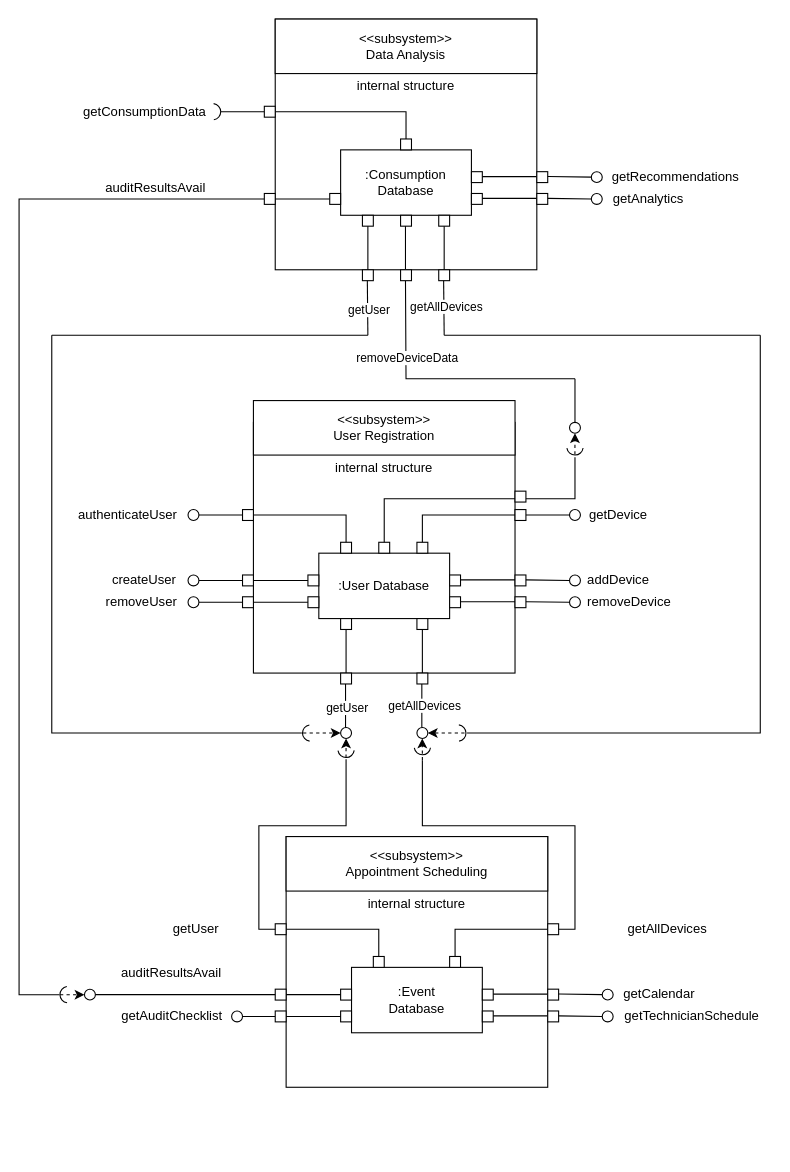
This is milestone-2/C&C_Diagram.drawio from uvic-teach/project-m1-team15, a draw.io file, before an edit. Source tidied: cells renumbered, new cells numbered last; positions are measured from the earlier drawing's top-left corner, leaving out a move shared by most shapes. Both pictures are drawn from the tidied source at 109%, with x=0, y=0 at pixel (19, 19).
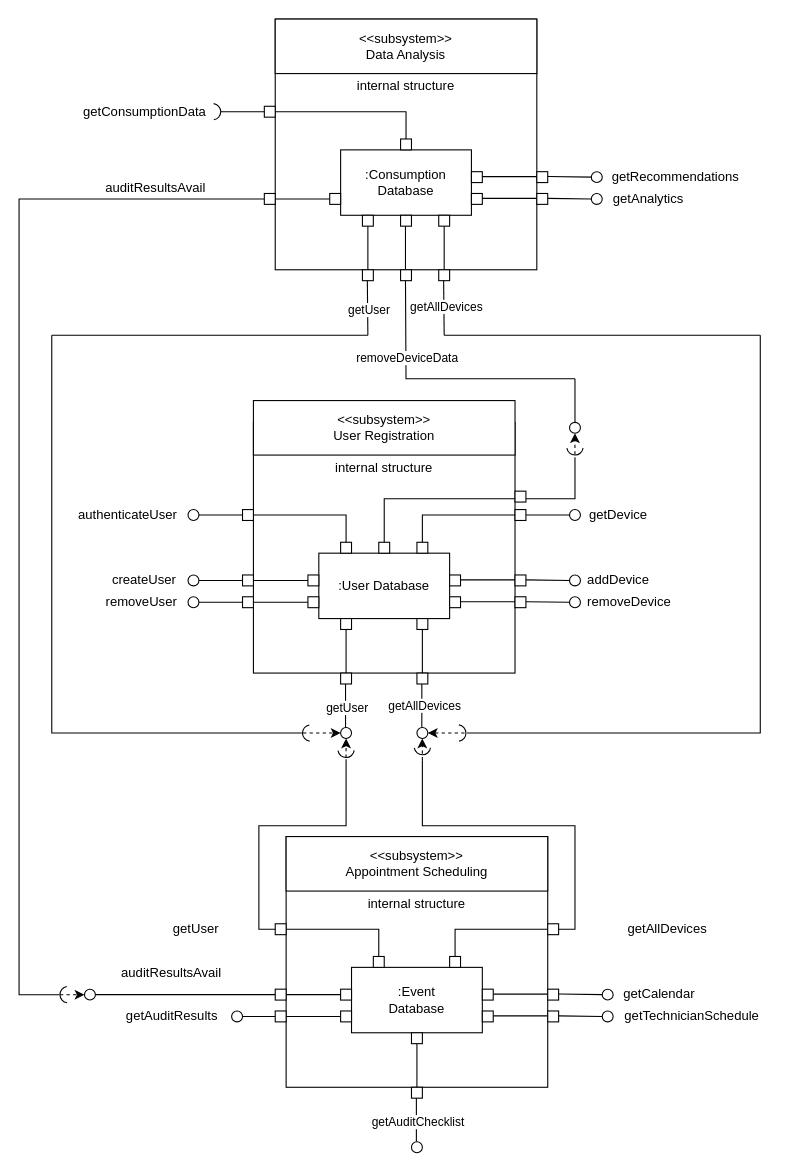
The same diagram, later.

Commit message:
Add interface to scheduling C&C_Diagram.drawio

The edit, as a diff of the source:
```diff
@@
     <mxCell id="125" style="group;" parent="1" vertex="1">
-      <mxGeometry x="305" y="870" width="120" height="60" as="geometry" />
+      <mxGeometry x="305" y="870" width="120" height="170" as="geometry" />
     </mxCell>
@@
+    <mxCell id="175" style="rounded=0;whiteSpace=wrap;html=1;" parent="125" vertex="1">
+      <mxGeometry x="55" y="60" width="10" height="10" as="geometry" />
+    </mxCell>
+    <mxCell id="176" style="rounded=0;whiteSpace=wrap;html=1;" parent="125" vertex="1">
+      <mxGeometry x="55" y="110" width="10" height="10" as="geometry" />
+    </mxCell>
+    <mxCell id="177" style="endArrow=none;html=1;rounded=0;entryX=0.5;entryY=1;entryDx=0;entryDy=0;exitX=0.5;exitY=0;exitDx=0;exitDy=0;" parent="125" edge="1" source="176" target="175">
+      <mxGeometry relative="1" as="geometry" />
+    </mxCell>
+    <mxCell id="178" style="endArrow=none;html=1;rounded=0;entryX=0.5;entryY=1;entryDx=0;entryDy=0;exitX=0.5;exitY=0;exitDx=0;exitDy=0;" parent="125" edge="1">
+      <mxGeometry relative="1" as="geometry">
+        <mxPoint x="59.5" y="160" as="sourcePoint" />
+        <mxPoint x="59.5" y="120" as="targetPoint" />
+      </mxGeometry>
+    </mxCell>
+    <mxCell id="179" value="getAuditChecklist" style="edgeLabel;html=1;align=center;verticalAlign=middle;" parent="178" vertex="1">
+      <mxGeometry x="-0.05" relative="1" as="geometry">
+        <mxPoint x="1" as="offset" />
+      </mxGeometry>
+    </mxCell>
+    <mxCell id="180" style="ellipse;whiteSpace=wrap;html=1;" parent="125" vertex="1">
+      <mxGeometry x="55" y="160" width="10" height="10" as="geometry" />
+    </mxCell>
@@
-    <mxCell id="154" value="getAuditChecklist" style="text;html=1;strokeColor=none;fillColor=none;align=center;verticalAlign=middle;whiteSpace=wrap;rounded=0;" parent="1" vertex="1">
+    <mxCell id="154" value="getAuditResults" style="text;html=1;strokeColor=none;fillColor=none;align=center;verticalAlign=middle;whiteSpace=wrap;rounded=0;" parent="1" vertex="1">
       <mxGeometry x="87.5" y="900" width="105" height="30" as="geometry" />
     </mxCell>
```
